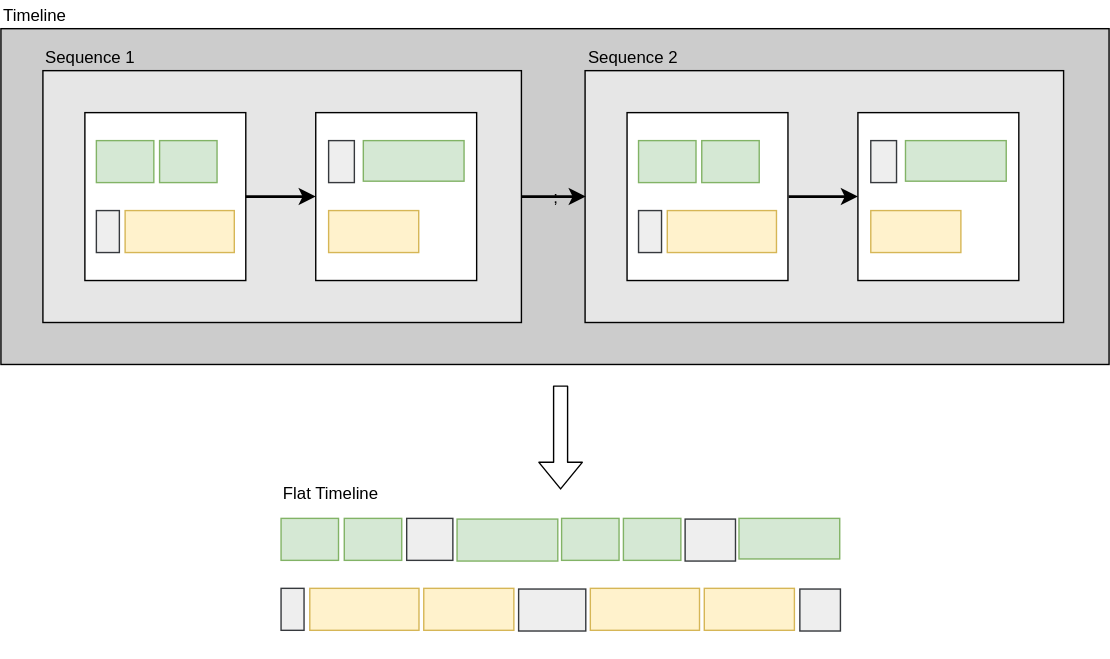
owickstrom/property-based-testing-the-ugly-parts keeps this draw.io diagram as src/images/komposition-flattening.svg. Above is the earlier version. Source tidied: cells renumbered, new cells last; positions are measured from the earlier drawing's top-left corner, leaving out a move shared by most shapes. Source of this version:
```xml
<mxGraphModel background="#ffffff">
  <root>
    <mxCell id="0" />
    <mxCell id="1" parent="0" />
    <mxCell id="2" style="group;" parent="1" vertex="1">
      <mxGeometry width="792" height="260" as="geometry" />
    </mxCell>
    <mxCell id="3" style="group;direction=east;" parent="2" vertex="1">
      <mxGeometry width="792" height="260" as="geometry" />
    </mxCell>
    <mxCell id="4" value=";" style="rounded=0;whiteSpace=wrap;html=1;fillColor=#CCCCCC;strokeColor=#000000;" parent="3" vertex="1">
      <mxGeometry y="20" width="792" height="240" as="geometry" />
    </mxCell>
    <mxCell id="5" value="&lt;div&gt;Timeline&lt;/div&gt;" style="text;html=1;strokeColor=none;fillColor=none;align=left;verticalAlign=middle;whiteSpace=wrap;rounded=0;" parent="3" vertex="1">
      <mxGeometry width="355" height="20" as="geometry" />
    </mxCell>
    <mxCell id="6" style="group;" parent="3" vertex="1">
      <mxGeometry x="30" y="30" width="355" height="200" as="geometry" />
    </mxCell>
    <mxCell id="7" style="rounded=0;whiteSpace=wrap;html=1;fillColor=#E6E6E6;" parent="6" vertex="1">
      <mxGeometry y="20" width="342" height="180" as="geometry" />
    </mxCell>
    <mxCell id="8" value="Sequence 1" style="text;html=1;strokeColor=none;fillColor=none;align=left;verticalAlign=middle;whiteSpace=wrap;rounded=0;" parent="6" vertex="1">
      <mxGeometry width="355" height="20" as="geometry" />
    </mxCell>
    <mxCell id="9" style="group;" parent="6" vertex="1">
      <mxGeometry x="30" y="50" width="115" height="120" as="geometry" />
    </mxCell>
    <mxCell id="10" style="rounded=0;whiteSpace=wrap;html=1;" parent="9" vertex="1">
      <mxGeometry width="115" height="120" as="geometry" />
    </mxCell>
    <mxCell id="11" style="rounded=0;whiteSpace=wrap;html=1;fillColor=#eeeeee;strokeColor=#36393d;" parent="9" vertex="1">
      <mxGeometry x="8.2" y="70" width="16.4" height="30" as="geometry" />
    </mxCell>
    <mxCell id="12" style="rounded=0;whiteSpace=wrap;html=1;fillColor=#d5e8d4;strokeColor=#82b366;" parent="9" vertex="1">
      <mxGeometry x="8.2" y="20" width="41.1" height="30" as="geometry" />
    </mxCell>
    <mxCell id="13" style="rounded=0;whiteSpace=wrap;html=1;fillColor=#fff2cc;strokeColor=#d6b656;" parent="9" vertex="1">
      <mxGeometry x="28.8" y="70" width="78" height="30" as="geometry" />
    </mxCell>
    <mxCell id="14" style="rounded=0;whiteSpace=wrap;html=1;fillColor=#d5e8d4;strokeColor=#82b366;" parent="9" vertex="1">
      <mxGeometry x="53.4" y="20" width="41.1" height="30" as="geometry" />
    </mxCell>
    <mxCell id="15" style="group;" parent="6" vertex="1">
      <mxGeometry x="195" y="50" width="115" height="120" as="geometry" />
    </mxCell>
    <mxCell id="16" style="rounded=0;whiteSpace=wrap;html=1;" parent="15" vertex="1">
      <mxGeometry width="115" height="120" as="geometry" />
    </mxCell>
    <mxCell id="17" style="rounded=0;whiteSpace=wrap;html=1;fillColor=#eeeeee;strokeColor=#36393d;" parent="15" vertex="1">
      <mxGeometry x="9.2" y="20" width="18.4" height="30" as="geometry" />
    </mxCell>
    <mxCell id="18" style="rounded=0;whiteSpace=wrap;html=1;fillColor=#d5e8d4;strokeColor=#82b366;" parent="15" vertex="1">
      <mxGeometry x="34" y="20" width="72" height="29" as="geometry" />
    </mxCell>
    <mxCell id="19" style="rounded=0;whiteSpace=wrap;html=1;fillColor=#fff2cc;strokeColor=#d6b656;" parent="15" vertex="1">
      <mxGeometry x="9.2" y="70" width="64.4" height="30" as="geometry" />
    </mxCell>
    <mxCell id="20" style="edgeStyle=orthogonalEdgeStyle;rounded=0;html=1;exitX=1;exitY=0.5;jettySize=auto;strokeWidth=2;" parent="6" edge="1" source="10" target="16">
      <mxGeometry relative="1" as="geometry" />
    </mxCell>
    <mxCell id="21" style="group;" parent="3" vertex="1">
      <mxGeometry x="417.5" y="30" width="355" height="200" as="geometry" />
    </mxCell>
    <mxCell id="22" style="rounded=0;whiteSpace=wrap;html=1;fillColor=#E6E6E6;" parent="21" vertex="1">
      <mxGeometry y="20" width="342" height="180" as="geometry" />
    </mxCell>
    <mxCell id="23" value="&lt;div&gt;Sequence 2&lt;/div&gt;" style="text;html=1;strokeColor=none;fillColor=none;align=left;verticalAlign=middle;whiteSpace=wrap;rounded=0;" parent="21" vertex="1">
      <mxGeometry width="355" height="20" as="geometry" />
    </mxCell>
    <mxCell id="24" style="group;" parent="21" vertex="1">
      <mxGeometry x="30" y="50" width="115" height="120" as="geometry" />
    </mxCell>
    <mxCell id="25" style="rounded=0;whiteSpace=wrap;html=1;" parent="24" vertex="1">
      <mxGeometry width="115" height="120" as="geometry" />
    </mxCell>
    <mxCell id="26" style="rounded=0;whiteSpace=wrap;html=1;fillColor=#eeeeee;strokeColor=#36393d;" parent="24" vertex="1">
      <mxGeometry x="8.2" y="70" width="16.4" height="30" as="geometry" />
    </mxCell>
    <mxCell id="27" style="rounded=0;whiteSpace=wrap;html=1;fillColor=#d5e8d4;strokeColor=#82b366;" parent="24" vertex="1">
      <mxGeometry x="8.2" y="20" width="41.1" height="30" as="geometry" />
    </mxCell>
    <mxCell id="28" style="rounded=0;whiteSpace=wrap;html=1;fillColor=#fff2cc;strokeColor=#d6b656;" parent="24" vertex="1">
      <mxGeometry x="28.8" y="70" width="78" height="30" as="geometry" />
    </mxCell>
    <mxCell id="29" style="rounded=0;whiteSpace=wrap;html=1;fillColor=#d5e8d4;strokeColor=#82b366;" parent="24" vertex="1">
      <mxGeometry x="53.4" y="20" width="41.1" height="30" as="geometry" />
    </mxCell>
    <mxCell id="30" style="group;" parent="21" vertex="1">
      <mxGeometry x="195" y="50" width="115" height="120" as="geometry" />
    </mxCell>
    <mxCell id="31" style="rounded=0;whiteSpace=wrap;html=1;" parent="30" vertex="1">
      <mxGeometry width="115" height="120" as="geometry" />
    </mxCell>
    <mxCell id="32" style="rounded=0;whiteSpace=wrap;html=1;fillColor=#eeeeee;strokeColor=#36393d;" parent="30" vertex="1">
      <mxGeometry x="9.2" y="20" width="18.4" height="30" as="geometry" />
    </mxCell>
    <mxCell id="33" style="rounded=0;whiteSpace=wrap;html=1;fillColor=#d5e8d4;strokeColor=#82b366;" parent="30" vertex="1">
      <mxGeometry x="34" y="20" width="72" height="29" as="geometry" />
    </mxCell>
    <mxCell id="34" style="rounded=0;whiteSpace=wrap;html=1;fillColor=#fff2cc;strokeColor=#d6b656;" parent="30" vertex="1">
      <mxGeometry x="9.2" y="70" width="64.4" height="30" as="geometry" />
    </mxCell>
    <mxCell id="35" style="edgeStyle=orthogonalEdgeStyle;rounded=0;html=1;exitX=1;exitY=0.5;jettySize=auto;strokeWidth=2;" parent="21" edge="1" source="25" target="31">
      <mxGeometry relative="1" as="geometry" />
    </mxCell>
    <mxCell id="36" style="edgeStyle=orthogonalEdgeStyle;rounded=0;html=1;exitX=1;exitY=0.5;entryX=0;entryY=0.5;jettySize=auto;strokeWidth=2;" parent="3" edge="1" source="7" target="22">
      <mxGeometry relative="1" as="geometry" />
    </mxCell>
    <mxCell id="37" style="group;" parent="1" vertex="1">
      <mxGeometry x="192" y="342.5" width="408" height="127.5" as="geometry" />
    </mxCell>
    <mxCell id="38" style="group;" parent="37" vertex="1">
      <mxGeometry y="7.5" width="408" height="120" as="geometry" />
    </mxCell>
    <mxCell id="39" style="group;" parent="38" vertex="1">
      <mxGeometry width="115" height="120" as="geometry" />
    </mxCell>
    <mxCell id="40" style="rounded=0;whiteSpace=wrap;html=1;fillColor=#eeeeee;strokeColor=#36393d;" parent="39" vertex="1">
      <mxGeometry x="8.2" y="70" width="16.4" height="30" as="geometry" />
    </mxCell>
    <mxCell id="41" style="rounded=0;whiteSpace=wrap;html=1;fillColor=#d5e8d4;strokeColor=#82b366;" parent="39" vertex="1">
      <mxGeometry x="8.2" y="20" width="41.1" height="30" as="geometry" />
    </mxCell>
    <mxCell id="42" style="rounded=0;whiteSpace=wrap;html=1;fillColor=#fff2cc;strokeColor=#d6b656;" parent="39" vertex="1">
      <mxGeometry x="28.8" y="70" width="78" height="30" as="geometry" />
    </mxCell>
    <mxCell id="43" style="rounded=0;whiteSpace=wrap;html=1;fillColor=#d5e8d4;strokeColor=#82b366;" parent="39" vertex="1">
      <mxGeometry x="53.4" y="20" width="41.1" height="30" as="geometry" />
    </mxCell>
    <mxCell id="44" style="rounded=0;whiteSpace=wrap;html=1;fillColor=#eeeeee;strokeColor=#36393d;" parent="38" vertex="1">
      <mxGeometry x="98" y="20" width="33" height="30" as="geometry" />
    </mxCell>
    <mxCell id="45" style="rounded=0;whiteSpace=wrap;html=1;fillColor=#d5e8d4;strokeColor=#82b366;" parent="38" vertex="1">
      <mxGeometry x="134" y="20.5" width="72" height="30" as="geometry" />
    </mxCell>
    <mxCell id="46" style="rounded=0;whiteSpace=wrap;html=1;fillColor=#fff2cc;strokeColor=#d6b656;" parent="38" vertex="1">
      <mxGeometry x="110.2" y="70" width="64.4" height="30" as="geometry" />
    </mxCell>
    <mxCell id="47" style="rounded=0;whiteSpace=wrap;html=1;fillColor=#eeeeee;strokeColor=#36393d;" parent="38" vertex="1">
      <mxGeometry x="178" y="70.5" width="48" height="30" as="geometry" />
    </mxCell>
    <mxCell id="48" style="rounded=0;whiteSpace=wrap;html=1;fillColor=#d5e8d4;strokeColor=#82b366;" parent="38" vertex="1">
      <mxGeometry x="208.7" y="20" width="41.1" height="30" as="geometry" />
    </mxCell>
    <mxCell id="49" style="rounded=0;whiteSpace=wrap;html=1;fillColor=#fff2cc;strokeColor=#d6b656;" parent="38" vertex="1">
      <mxGeometry x="229.2" y="70" width="78" height="30" as="geometry" />
    </mxCell>
    <mxCell id="50" style="rounded=0;whiteSpace=wrap;html=1;fillColor=#d5e8d4;strokeColor=#82b366;" parent="38" vertex="1">
      <mxGeometry x="252.9" y="20" width="41.1" height="30" as="geometry" />
    </mxCell>
    <mxCell id="51" style="rounded=0;whiteSpace=wrap;html=1;fillColor=#eeeeee;strokeColor=#36393d;" parent="38" vertex="1">
      <mxGeometry x="297" y="20.5" width="36" height="30" as="geometry" />
    </mxCell>
    <mxCell id="52" style="rounded=0;whiteSpace=wrap;html=1;fillColor=#d5e8d4;strokeColor=#82b366;" parent="38" vertex="1">
      <mxGeometry x="335.5" y="20" width="72" height="29" as="geometry" />
    </mxCell>
    <mxCell id="53" style="rounded=0;whiteSpace=wrap;html=1;fillColor=#fff2cc;strokeColor=#d6b656;" parent="38" vertex="1">
      <mxGeometry x="310.7" y="70" width="64.4" height="30" as="geometry" />
    </mxCell>
    <mxCell id="54" style="rounded=0;whiteSpace=wrap;html=1;fillColor=#eeeeee;strokeColor=#36393d;" parent="38" vertex="1">
      <mxGeometry x="379" y="70.5" width="29" height="30" as="geometry" />
    </mxCell>
    <mxCell id="55" value="&lt;div&gt;Flat Timeline&lt;/div&gt;&lt;div&gt;&lt;br&gt;&lt;/div&gt;" style="text;html=1;align=left;verticalAlign=top;spacingTop=-4;" parent="37" vertex="1">
      <mxGeometry x="8" width="79" height="28" as="geometry" />
    </mxCell>
    <mxCell id="56" style="shape=flexArrow;endArrow=classic;html=1;fillColor=#ffffff;strokeColor=#000000;" parent="1" edge="1">
      <mxGeometry relative="1" as="geometry">
        <mxPoint x="400" y="275" as="sourcePoint" />
        <mxPoint x="400" y="349.4" as="targetPoint" />
      </mxGeometry>
    </mxCell>
  </root>
</mxGraphModel>
```
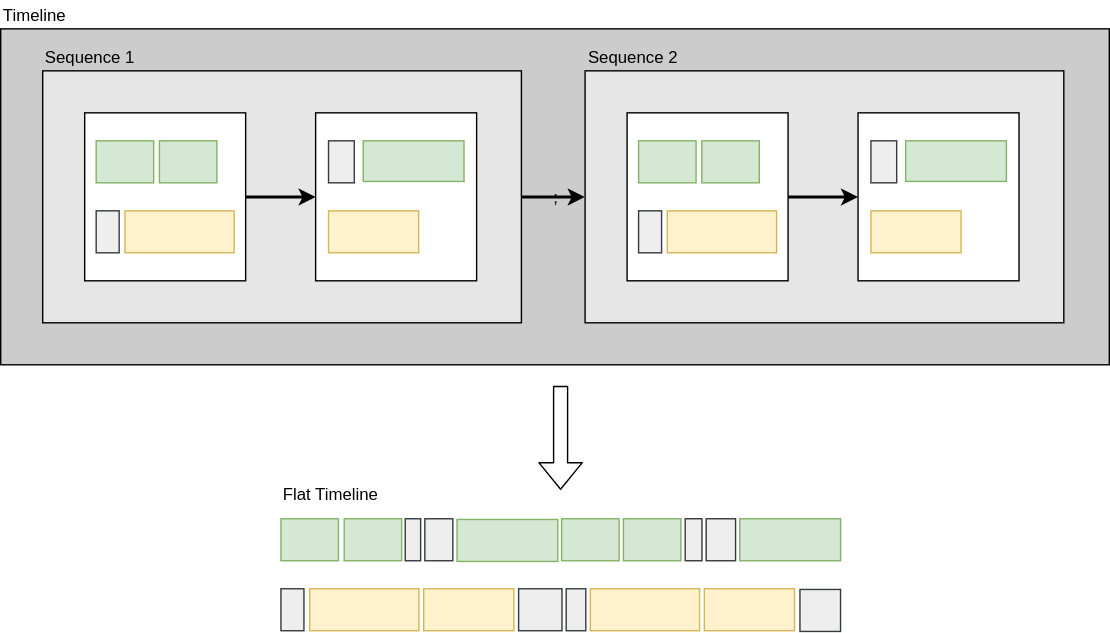
Above is the later version.

Commit message:
Improve images on flattening

What changed in the source:
```diff
@@ -107,68 +107,68 @@
     <mxCell id="36" style="edgeStyle=orthogonalEdgeStyle;rounded=0;html=1;exitX=1;exitY=0.5;entryX=0;entryY=0.5;jettySize=auto;strokeWidth=2;" parent="3" edge="1" source="7" target="22">
       <mxGeometry relative="1" as="geometry" />
     </mxCell>
-    <mxCell id="37" style="group;" parent="1" vertex="1">
-      <mxGeometry x="192" y="342.5" width="408" height="127.5" as="geometry" />
-    </mxCell>
-    <mxCell id="38" style="group;" parent="37" vertex="1">
-      <mxGeometry y="7.5" width="408" height="120" as="geometry" />
-    </mxCell>
-    <mxCell id="39" style="group;" parent="38" vertex="1">
-      <mxGeometry width="115" height="120" as="geometry" />
-    </mxCell>
-    <mxCell id="40" style="rounded=0;whiteSpace=wrap;html=1;fillColor=#eeeeee;strokeColor=#36393d;" parent="39" vertex="1">
-      <mxGeometry x="8.2" y="70" width="16.4" height="30" as="geometry" />
-    </mxCell>
-    <mxCell id="41" style="rounded=0;whiteSpace=wrap;html=1;fillColor=#d5e8d4;strokeColor=#82b366;" parent="39" vertex="1">
-      <mxGeometry x="8.2" y="20" width="41.1" height="30" as="geometry" />
-    </mxCell>
-    <mxCell id="42" style="rounded=0;whiteSpace=wrap;html=1;fillColor=#fff2cc;strokeColor=#d6b656;" parent="39" vertex="1">
-      <mxGeometry x="28.8" y="70" width="78" height="30" as="geometry" />
-    </mxCell>
-    <mxCell id="43" style="rounded=0;whiteSpace=wrap;html=1;fillColor=#d5e8d4;strokeColor=#82b366;" parent="39" vertex="1">
-      <mxGeometry x="53.4" y="20" width="41.1" height="30" as="geometry" />
-    </mxCell>
+    <mxCell id="56" style="shape=flexArrow;endArrow=classic;html=1;fillColor=#ffffff;strokeColor=#000000;" parent="1" edge="1">
+      <mxGeometry relative="1" as="geometry">
+        <mxPoint x="400" y="275" as="sourcePoint" />
+        <mxPoint x="400" y="349.4" as="targetPoint" />
+      </mxGeometry>
+    </mxCell>
+    <mxCell id="55" value="&lt;div&gt;Flat Timeline&lt;/div&gt;&lt;div&gt;&lt;br&gt;&lt;/div&gt;" style="text;html=1;align=left;verticalAlign=top;spacingTop=-4;" parent="1" vertex="1">
+      <mxGeometry x="200" y="342.5" width="79" height="28" as="geometry" />
+    </mxCell>
-    <mxCell id="44" style="rounded=0;whiteSpace=wrap;html=1;fillColor=#eeeeee;strokeColor=#36393d;" parent="38" vertex="1">
-      <mxGeometry x="98" y="20" width="33" height="30" as="geometry" />
+    <mxCell id="44" style="rounded=0;whiteSpace=wrap;html=1;fillColor=#eeeeee;strokeColor=#36393d;" parent="1" vertex="1">
+      <mxGeometry x="303" y="370" width="20" height="30" as="geometry" />
     </mxCell>
-    <mxCell id="45" style="rounded=0;whiteSpace=wrap;html=1;fillColor=#d5e8d4;strokeColor=#82b366;" parent="38" vertex="1">
-      <mxGeometry x="134" y="20.5" width="72" height="30" as="geometry" />
+    <mxCell id="45" style="rounded=0;whiteSpace=wrap;html=1;fillColor=#d5e8d4;strokeColor=#82b366;" parent="1" vertex="1">
+      <mxGeometry x="326" y="370.5" width="72" height="30" as="geometry" />
     </mxCell>
-    <mxCell id="46" style="rounded=0;whiteSpace=wrap;html=1;fillColor=#fff2cc;strokeColor=#d6b656;" parent="38" vertex="1">
-      <mxGeometry x="110.2" y="70" width="64.4" height="30" as="geometry" />
+    <mxCell id="46" style="rounded=0;whiteSpace=wrap;html=1;fillColor=#fff2cc;strokeColor=#d6b656;" parent="1" vertex="1">
+      <mxGeometry x="302.2" y="420" width="64.4" height="30" as="geometry" />
     </mxCell>
-    <mxCell id="47" style="rounded=0;whiteSpace=wrap;html=1;fillColor=#eeeeee;strokeColor=#36393d;" parent="38" vertex="1">
-      <mxGeometry x="178" y="70.5" width="48" height="30" as="geometry" />
+    <mxCell id="47" style="rounded=0;whiteSpace=wrap;html=1;fillColor=#eeeeee;strokeColor=#36393d;" parent="1" vertex="1">
+      <mxGeometry x="404" y="420" width="14" height="30" as="geometry" />
     </mxCell>
-    <mxCell id="48" style="rounded=0;whiteSpace=wrap;html=1;fillColor=#d5e8d4;strokeColor=#82b366;" parent="38" vertex="1">
-      <mxGeometry x="208.7" y="20" width="41.1" height="30" as="geometry" />
+    <mxCell id="48" style="rounded=0;whiteSpace=wrap;html=1;fillColor=#d5e8d4;strokeColor=#82b366;" parent="1" vertex="1">
+      <mxGeometry x="400.7" y="370" width="41.1" height="30" as="geometry" />
     </mxCell>
-    <mxCell id="49" style="rounded=0;whiteSpace=wrap;html=1;fillColor=#fff2cc;strokeColor=#d6b656;" parent="38" vertex="1">
-      <mxGeometry x="229.2" y="70" width="78" height="30" as="geometry" />
+    <mxCell id="49" style="rounded=0;whiteSpace=wrap;html=1;fillColor=#fff2cc;strokeColor=#d6b656;" parent="1" vertex="1">
+      <mxGeometry x="421.2" y="420" width="78" height="30" as="geometry" />
     </mxCell>
-    <mxCell id="50" style="rounded=0;whiteSpace=wrap;html=1;fillColor=#d5e8d4;strokeColor=#82b366;" parent="38" vertex="1">
-      <mxGeometry x="252.9" y="20" width="41.1" height="30" as="geometry" />
+    <mxCell id="50" style="rounded=0;whiteSpace=wrap;html=1;fillColor=#d5e8d4;strokeColor=#82b366;" parent="1" vertex="1">
+      <mxGeometry x="444.9" y="370" width="41.1" height="30" as="geometry" />
     </mxCell>
-    <mxCell id="51" style="rounded=0;whiteSpace=wrap;html=1;fillColor=#eeeeee;strokeColor=#36393d;" parent="38" vertex="1">
-      <mxGeometry x="297" y="20.5" width="36" height="30" as="geometry" />
+    <mxCell id="51" style="rounded=0;whiteSpace=wrap;html=1;fillColor=#eeeeee;strokeColor=#36393d;" parent="1" vertex="1">
+      <mxGeometry x="504" y="370" width="21" height="30" as="geometry" />
     </mxCell>
-    <mxCell id="52" style="rounded=0;whiteSpace=wrap;html=1;fillColor=#d5e8d4;strokeColor=#82b366;" parent="38" vertex="1">
-      <mxGeometry x="335.5" y="20" width="72" height="29" as="geometry" />
+    <mxCell id="52" style="rounded=0;whiteSpace=wrap;html=1;fillColor=#d5e8d4;strokeColor=#82b366;" parent="1" vertex="1">
+      <mxGeometry x="528" y="370" width="72" height="30" as="geometry" />
     </mxCell>
-    <mxCell id="53" style="rounded=0;whiteSpace=wrap;html=1;fillColor=#fff2cc;strokeColor=#d6b656;" parent="38" vertex="1">
-      <mxGeometry x="310.7" y="70" width="64.4" height="30" as="geometry" />
+    <mxCell id="53" style="rounded=0;whiteSpace=wrap;html=1;fillColor=#fff2cc;strokeColor=#d6b656;" parent="1" vertex="1">
+      <mxGeometry x="502.7" y="420" width="64.4" height="30" as="geometry" />
     </mxCell>
-    <mxCell id="54" style="rounded=0;whiteSpace=wrap;html=1;fillColor=#eeeeee;strokeColor=#36393d;" parent="38" vertex="1">
-      <mxGeometry x="379" y="70.5" width="29" height="30" as="geometry" />
+    <mxCell id="54" style="rounded=0;whiteSpace=wrap;html=1;fillColor=#eeeeee;strokeColor=#36393d;" parent="1" vertex="1">
+      <mxGeometry x="571" y="420.5" width="29" height="30" as="geometry" />
     </mxCell>
-    <mxCell id="55" value="&lt;div&gt;Flat Timeline&lt;/div&gt;&lt;div&gt;&lt;br&gt;&lt;/div&gt;" style="text;html=1;align=left;verticalAlign=top;spacingTop=-4;" parent="37" vertex="1">
-      <mxGeometry x="8" width="79" height="28" as="geometry" />
-    </mxCell>
-    <mxCell id="56" style="shape=flexArrow;endArrow=classic;html=1;fillColor=#ffffff;strokeColor=#000000;" parent="1" edge="1">
-      <mxGeometry relative="1" as="geometry">
-        <mxPoint x="400" y="275" as="sourcePoint" />
-        <mxPoint x="400" y="349.4" as="targetPoint" />
-      </mxGeometry>
-    </mxCell>
+    <mxCell id="57" style="rounded=0;whiteSpace=wrap;html=1;fillColor=#eeeeee;strokeColor=#36393d;" parent="1" vertex="1">
+      <mxGeometry x="370" y="420" width="31" height="30" as="geometry" />
+    </mxCell>
+    <mxCell id="40" style="rounded=0;whiteSpace=wrap;html=1;fillColor=#eeeeee;strokeColor=#36393d;" parent="1" vertex="1">
+      <mxGeometry x="200.2" y="420" width="16.4" height="30" as="geometry" />
+    </mxCell>
+    <mxCell id="41" style="rounded=0;whiteSpace=wrap;html=1;fillColor=#d5e8d4;strokeColor=#82b366;" parent="1" vertex="1">
+      <mxGeometry x="200.2" y="370" width="41.1" height="30" as="geometry" />
+    </mxCell>
+    <mxCell id="42" style="rounded=0;whiteSpace=wrap;html=1;fillColor=#fff2cc;strokeColor=#d6b656;" parent="1" vertex="1">
+      <mxGeometry x="220.8" y="420" width="78" height="30" as="geometry" />
+    </mxCell>
+    <mxCell id="43" style="rounded=0;whiteSpace=wrap;html=1;fillColor=#d5e8d4;strokeColor=#82b366;" parent="1" vertex="1">
+      <mxGeometry x="245.4" y="370" width="41.1" height="30" as="geometry" />
+    </mxCell>
+    <mxCell id="58" style="rounded=0;whiteSpace=wrap;html=1;fillColor=#eeeeee;strokeColor=#36393d;" parent="1" vertex="1">
+      <mxGeometry x="289" y="370" width="11" height="30" as="geometry" />
+    </mxCell>
+    <mxCell id="59" style="rounded=0;whiteSpace=wrap;html=1;fillColor=#eeeeee;strokeColor=#36393d;direction=west;" parent="1" vertex="1">
+      <mxGeometry x="489" y="370" width="12" height="30" as="geometry" />
+    </mxCell>
   </root>
 </mxGraphModel>
```
